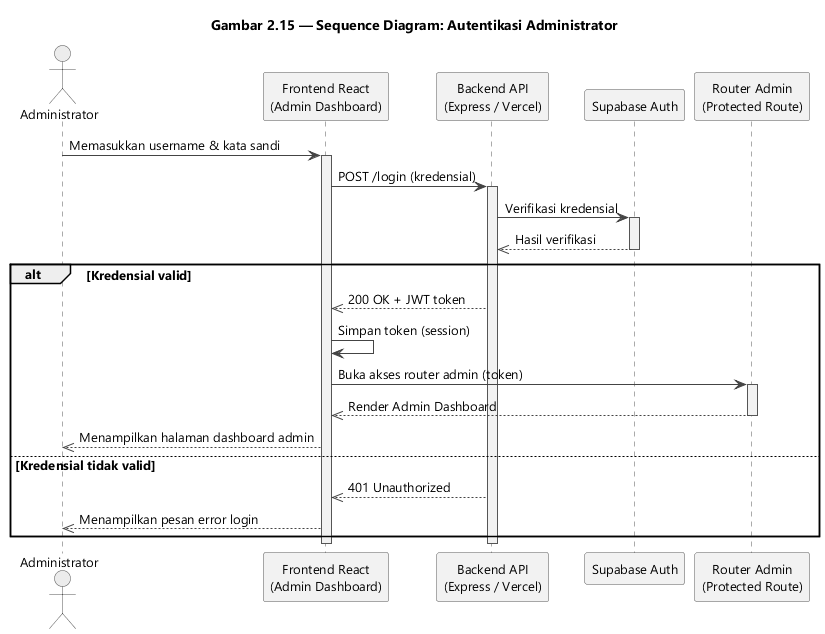
Earlier version of the PlantUML export diagrams/gambar-2-15-sequence-autentikasi-admin.png (Jokskuyy/workflow-ta-proyek).
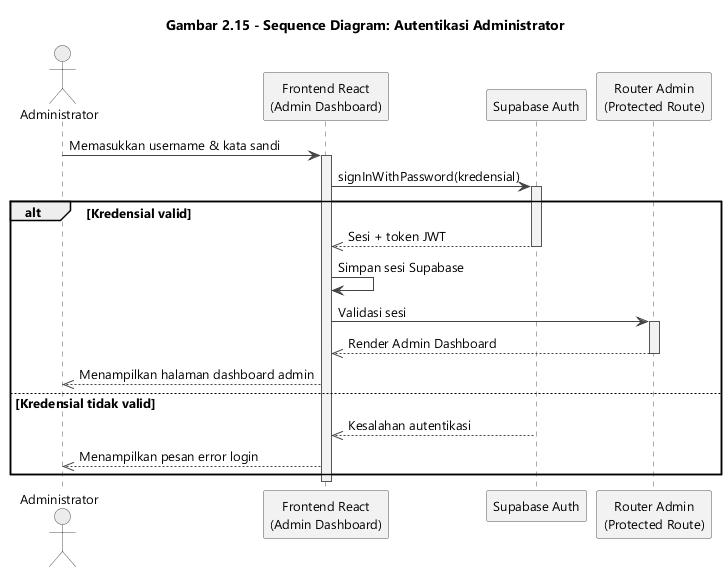
Later version of the same file.

Change to the diagram source:
```diff
@@ -16,36 +16,32 @@
   BorderColor #555555
 }
 
-title Gambar 2.15 — Sequence Diagram: Autentikasi Administrator
+title Gambar 2.15 - Sequence Diagram: Autentikasi Administrator
 
 actor "Administrator" as Admin
 participant "Frontend React\n(Admin Dashboard)" as FE
-participant "Backend API\n(Express / Vercel)" as API
 participant "Supabase Auth" as Auth
 participant "Router Admin\n(Protected Route)" as Router
 
 Admin -> FE : Memasukkan username & kata sandi
 activate FE
-FE -> API : POST /login (kredensial)
-activate API
-API -> Auth : Verifikasi kredensial
+FE -> Auth : signInWithPassword(kredensial)
 activate Auth
-Auth -->> API : Hasil verifikasi
-deactivate Auth
 
 alt Kredensial valid
-  API -->> FE : 200 OK + JWT token
-  FE -> FE : Simpan token (session)
-  FE -> Router : Buka akses router admin (token)
+  Auth -->> FE : Sesi + token JWT
+  deactivate Auth
+  FE -> FE : Simpan sesi Supabase
+  FE -> Router : Validasi sesi
   activate Router
   Router -->> FE : Render Admin Dashboard
   deactivate Router
   FE -->> Admin : Menampilkan halaman dashboard admin
 else Kredensial tidak valid
-  API -->> FE : 401 Unauthorized
+  Auth -->> FE : Kesalahan autentikasi
+  deactivate Auth
   FE -->> Admin : Menampilkan pesan error login
 end
-deactivate API
 deactivate FE
 
 @enduml
```
